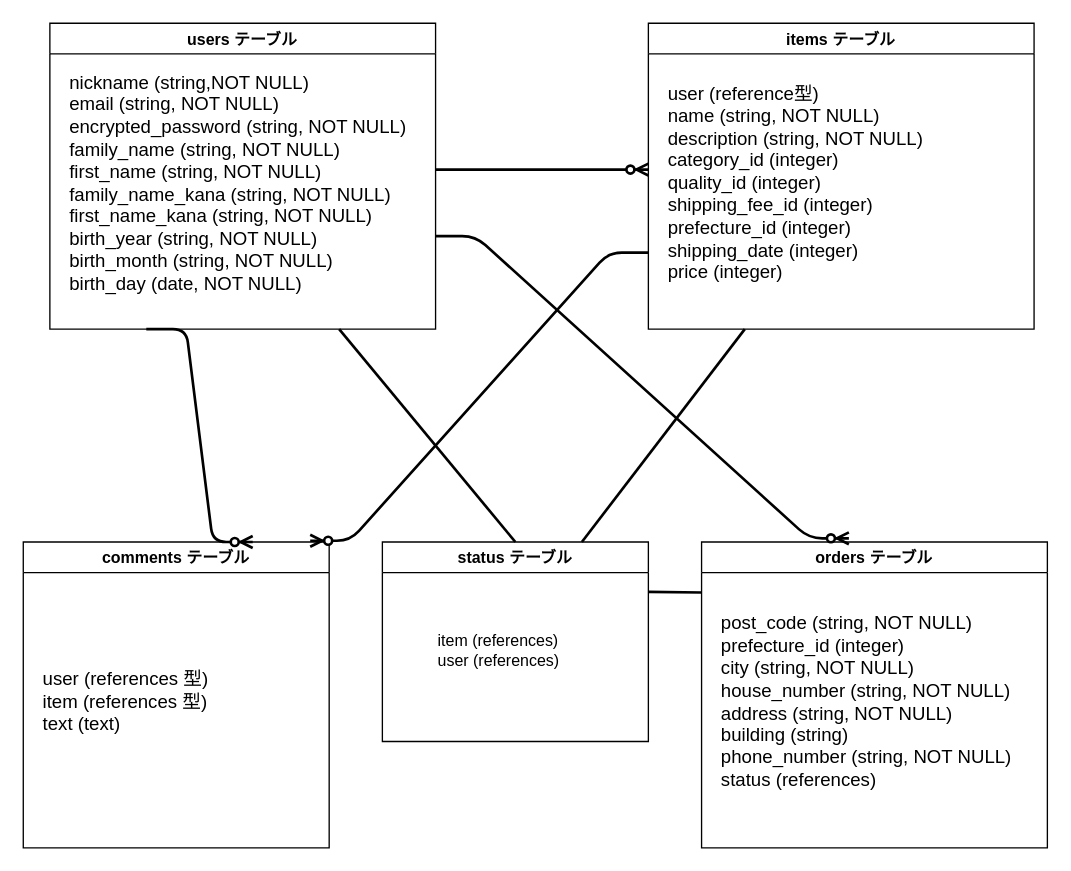
Before: ER.dio in aromavita/furima-35783, a draw.io diagram. Source tidied: cells renumbered, new cells numbered last; positions are measured from the earlier drawing's top-left corner, leaving out a move shared by most shapes. Both pictures are drawn from the tidied source at 133%, with x=0, y=0 at pixel (23, 23).
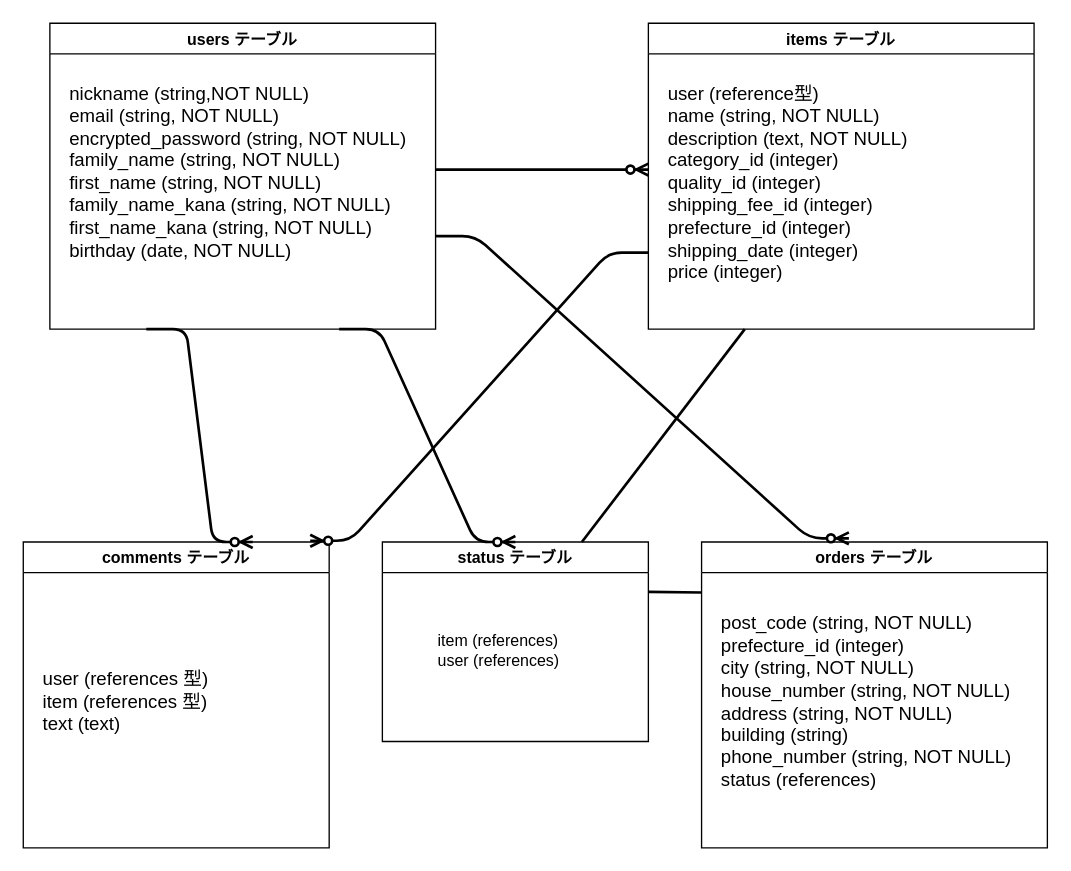
Above is the later version.

Commit message:
レビューからの修正7

The change refers to these unchanged cells:
```xml
<mxCell id="2" value="users テーブル" style="swimlane;" parent="1" vertex="1">
  <mxGeometry x="20" width="290" height="230" as="geometry" />
</mxCell>
<mxCell id="4" value="items テーブル" style="swimlane;" parent="1" vertex="1">
  <mxGeometry x="470" width="290" height="230" as="geometry" />
</mxCell>
<mxCell id="13" value="status テーブル" style="swimlane;" parent="1" vertex="1">
  <mxGeometry x="270" y="390" width="200" height="150" as="geometry" />
</mxCell>
```

Change to the diagram source:
```diff
@@
-    <mxCell id="3" value="&lt;font style=&quot;font-size: 14px&quot;&gt;nickname (string,NOT NULL)&lt;br&gt;email (string, NOT NULL)&lt;br&gt;encrypted_password (string, NOT NULL)&lt;br&gt;family_name (string, NOT NULL)&lt;br&gt;first_name (string, NOT NULL)&lt;br&gt;family_name_kana (string, NOT NULL)&lt;br&gt;first_name_kana (string, NOT NULL)&lt;br&gt;birth_year (string, NOT NULL)&lt;br&gt;birth_month (string, NOT NULL)&lt;br&gt;birth_day (date, NOT NULL)&lt;/font&gt;" style="text;html=1;align=left;verticalAlign=middle;strokeColor=none;" parent="2" vertex="1">
-      <mxGeometry x="12.5" y="40" width="270" height="160" as="geometry" />
+    <mxCell id="3" value="&lt;font style=&quot;font-size: 14px&quot;&gt;nickname (string,NOT NULL)&lt;br&gt;email (string, NOT NULL)&lt;br&gt;encrypted_password (string, NOT NULL)&lt;br&gt;family_name (string, NOT NULL)&lt;br&gt;first_name (string, NOT NULL)&lt;br&gt;family_name_kana (string, NOT NULL)&lt;br&gt;first_name_kana (string, NOT NULL)&lt;br&gt;birthday (date, NOT NULL)&lt;br&gt;&lt;br&gt;&lt;/font&gt;" style="text;html=1;align=left;verticalAlign=middle;strokeColor=none;" parent="2" vertex="1">
+      <mxGeometry x="12.5" y="50" width="270" height="140" as="geometry" />
     </mxCell>
@@
-    <mxCell id="5" value="&lt;font style=&quot;font-size: 14px&quot;&gt;user (reference型)&lt;br&gt;name (string, NOT NULL)&lt;br&gt;description (string, NOT NULL)&lt;br&gt;category_id (integer)&lt;br&gt;quality_id (integer)&lt;br&gt;shipping_fee_id (integer)&lt;br&gt;prefecture_id (integer)&lt;br&gt;shipping_date (integer)&lt;br&gt;price (integer)&lt;br&gt;&lt;/font&gt;" style="text;html=1;align=left;verticalAlign=middle;strokeColor=none;" parent="4" vertex="1">
-      <mxGeometry x="12.5" y="50" width="210" height="140" as="geometry" />
+    <mxCell id="5" value="&lt;font style=&quot;font-size: 14px&quot;&gt;user (reference型)&lt;br&gt;name (string, NOT NULL)&lt;br&gt;description (text, NOT NULL)&lt;br&gt;category_id (integer)&lt;br&gt;quality_id (integer)&lt;br&gt;shipping_fee_id (integer)&lt;br&gt;prefecture_id (integer)&lt;br&gt;shipping_date (integer)&lt;br&gt;price (integer)&lt;br&gt;&lt;/font&gt;" style="text;html=1;align=left;verticalAlign=middle;strokeColor=none;" parent="4" vertex="1">
+      <mxGeometry x="12.5" y="50" width="200" height="140" as="geometry" />
     </mxCell>
@@
-    <mxCell id="18" style="endArrow=none;html=1;rounded=0;exitX=0.75;exitY=1;exitDx=0;exitDy=0;entryX=0.5;entryY=0;entryDx=0;entryDy=0;strokeWidth=2;" parent="1" edge="1" source="2" target="13">
+    <mxCell id="18" style="edgeStyle=entityRelationEdgeStyle;fontSize=12;html=1;endArrow=ERzeroToMany;endFill=1;strokeWidth=2;rounded=1;exitX=0.75;exitY=1;exitDx=0;exitDy=0;entryX=0.5;entryY=0;entryDx=0;entryDy=0;" parent="1" edge="1" source="2" target="13">
       <mxGeometry relative="1" as="geometry" />
     </mxCell>
```
